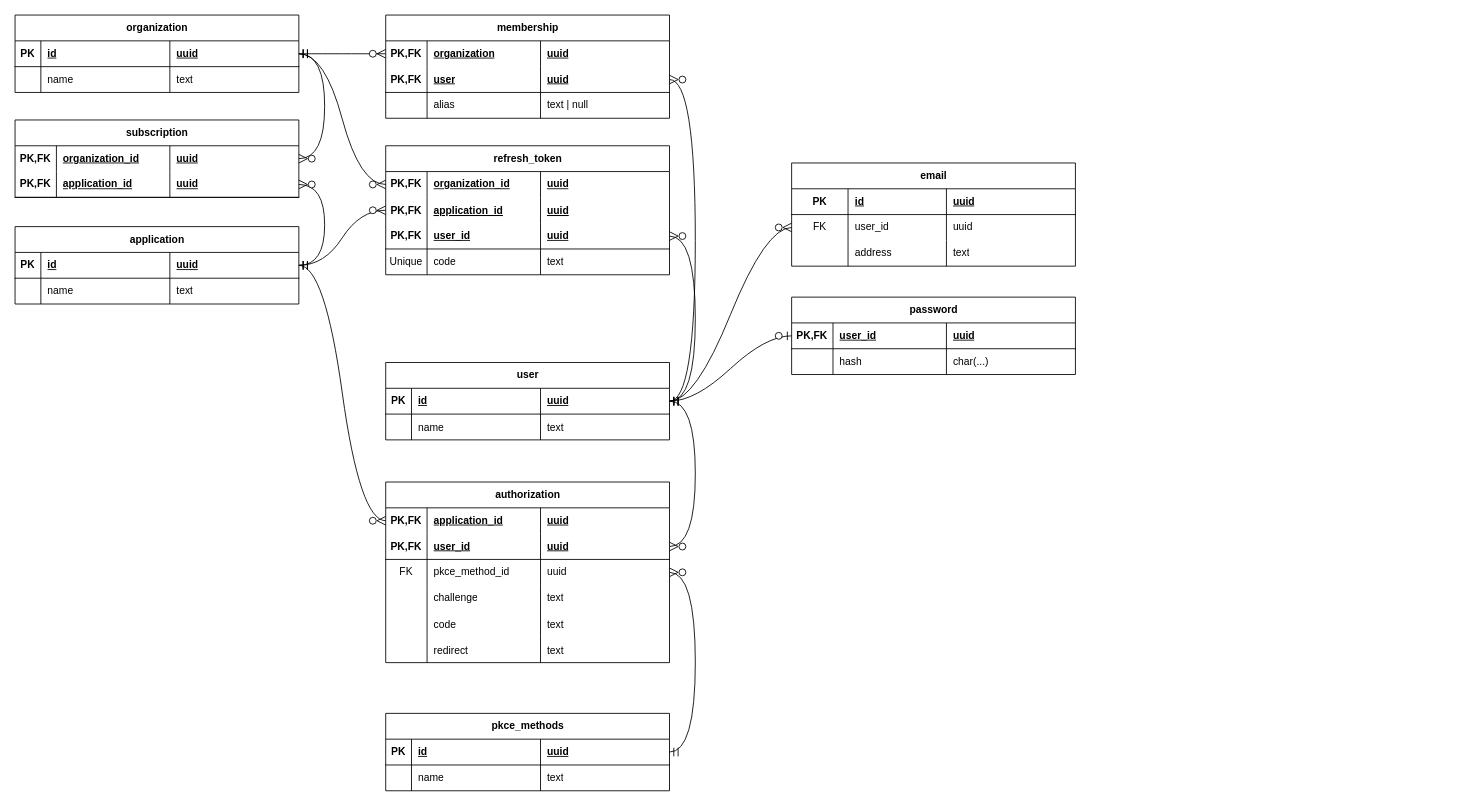
This is page "Schema" (1 of 2) of database.drawio from EliasEriksson/authentic, a draw.io file, before an edit. Source tidied: cells renumbered, new cells numbered last; positions are measured from the earlier drawing's top-left corner, leaving out a move shared by most shapes. Both pictures are drawn from the tidied source at 86%, with x=0, y=0 at pixel (15, 15).
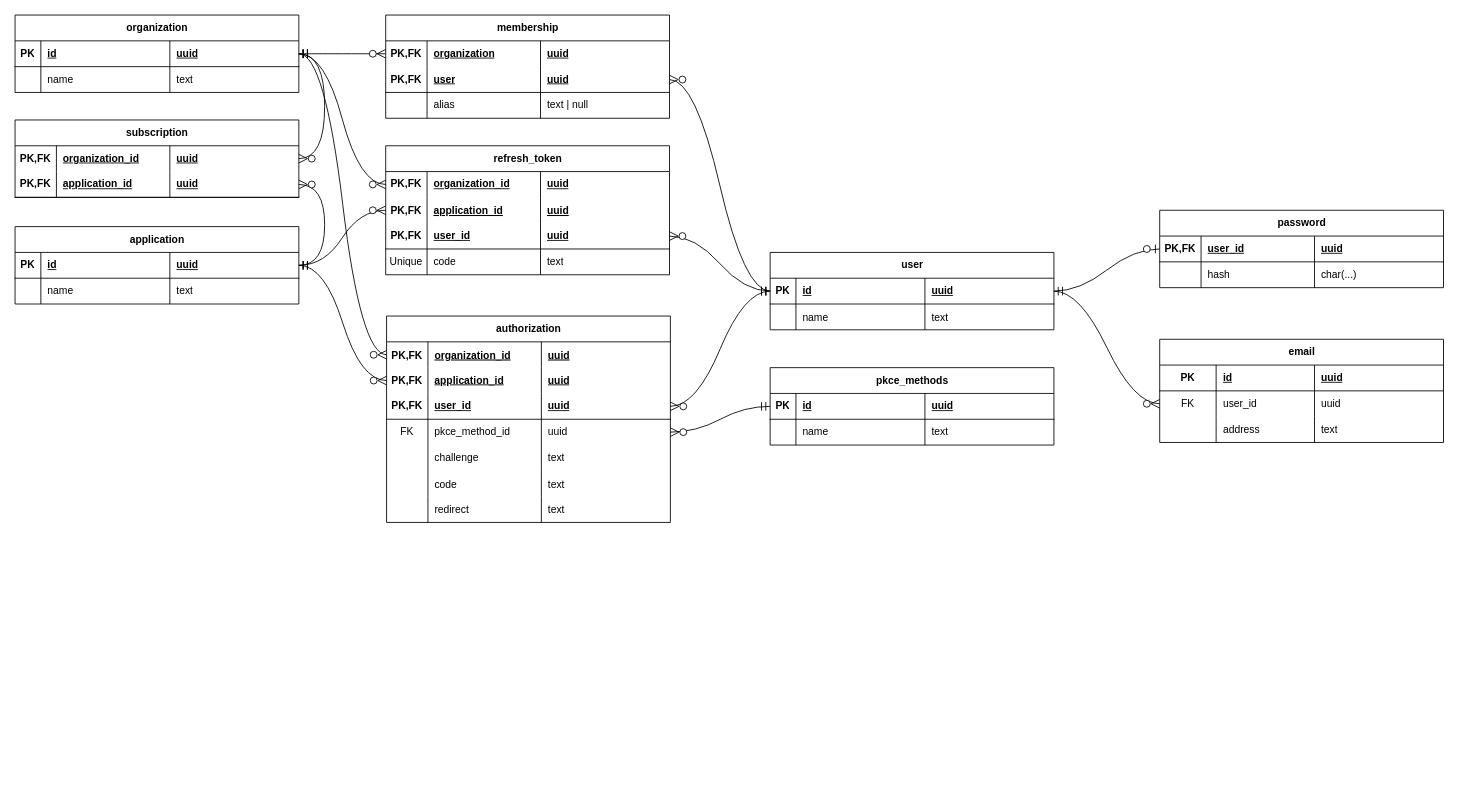
The same diagram, later.

Unchanged cells that the change refers to:
```xml
<mxCell id="28" style="shape=tableRow;horizontal=0;startSize=0;swimlaneHead=0;swimlaneBody=0;fillColor=none;points=[[0,0.5],[1,0.5]];portConstraint=eastwest;top=0;left=0;right=0;bottom=1;" parent="27" vertex="1">
  <mxGeometry y="30" width="330" height="30" as="geometry" />
</mxCell>
```

The edit, as a diff of the source:
```diff
@@
     <mxCell id="4" value="user" style="shape=table;startSize=30;childLayout=tableLayout;rowLines=0;fontStyle=1;align=center;html=1;" parent="1" vertex="1">
-      <mxGeometry x="431" y="404" width="330" height="90" as="geometry" />
+      <mxGeometry x="878" y="276" width="330" height="90" as="geometry" />
     </mxCell>
@@
     <mxCell id="13" value="email" style="shape=table;startSize=30;childLayout=tableLayout;rowLines=0;fontStyle=1;align=center;html=1;" parent="1" vertex="1">
-      <mxGeometry x="903" y="172" width="330" height="120" as="geometry" />
+      <mxGeometry x="1331" y="377" width="330" height="120" as="geometry" />
     </mxCell>
@@
     <mxCell id="69" value="authorization" style="shape=table;startSize=30;childLayout=tableLayout;rowLines=0;fontStyle=1;align=center;html=1;" parent="1" vertex="1">
-      <mxGeometry x="431" y="543" width="330" height="210" as="geometry" />
+      <mxGeometry x="432" y="350" width="330" height="240" as="geometry" />
     </mxCell>
+    <mxCell id="136" style="shape=tableRow;horizontal=0;startSize=0;swimlaneHead=0;swimlaneBody=0;fillColor=none;points=[[0,0.5],[1,0.5]];portConstraint=eastwest;top=0;left=0;right=0;bottom=0;fontFamily=Helvetica;fontSize=12;fontColor=default;labelBackgroundColor=default;" parent="69" vertex="1">
+      <mxGeometry y="30" width="330" height="30" as="geometry" />
+    </mxCell>
+    <mxCell id="137" value="PK,FK" style="shape=partialRectangle;fillColor=none;top=0;left=0;bottom=0;right=0;overflow=hidden;fontFamily=Helvetica;fontSize=12;fontColor=default;labelBackgroundColor=default;fontStyle=1;" parent="136" vertex="1">
+      <mxGeometry width="48.1" height="30" as="geometry" />
+    </mxCell>
+    <mxCell id="138" value="organization_id" style="shape=partialRectangle;fillColor=none;top=0;left=0;bottom=0;right=0;align=left;spacingLeft=6;overflow=hidden;fontFamily=Helvetica;fontSize=12;fontColor=default;labelBackgroundColor=default;fontStyle=5;" parent="136" vertex="1">
+      <mxGeometry x="48.1" width="131.9" height="30" as="geometry" />
+    </mxCell>
+    <mxCell id="139" value="uuid" style="shape=partialRectangle;fillColor=none;top=0;left=0;bottom=0;right=0;align=left;spacingLeft=6;overflow=hidden;fontFamily=Helvetica;fontSize=12;fontColor=default;labelBackgroundColor=default;fontStyle=5;" parent="136" vertex="1">
+      <mxGeometry x="180" width="150" height="30" as="geometry" />
+    </mxCell>
     <mxCell id="70" style="shape=tableRow;horizontal=0;startSize=0;swimlaneHead=0;swimlaneBody=0;fillColor=none;points=[[0,0.5],[1,0.5]];portConstraint=eastwest;top=0;left=0;right=0;bottom=0;fontFamily=Helvetica;fontSize=12;fontColor=default;labelBackgroundColor=default;" parent="69" vertex="1">
-      <mxGeometry y="30" width="330" height="30" as="geometry" />
+      <mxGeometry y="60" width="330" height="30" as="geometry" />
     </mxCell>
@@
     <mxCell id="74" style="shape=tableRow;horizontal=0;startSize=0;swimlaneHead=0;swimlaneBody=0;fillColor=none;points=[[0,0.5],[1,0.5]];portConstraint=eastwest;top=0;left=0;right=0;bottom=1;" parent="69" vertex="1">
-      <mxGeometry y="60" width="330" height="30" as="geometry" />
+      <mxGeometry y="90" width="330" height="30" as="geometry" />
     </mxCell>
@@
     <mxCell id="78" style="shape=tableRow;horizontal=0;startSize=0;swimlaneHead=0;swimlaneBody=0;fillColor=none;points=[[0,0.5],[1,0.5]];portConstraint=eastwest;top=0;left=0;right=0;bottom=0;" parent="69" vertex="1">
-      <mxGeometry y="90" width="330" height="30" as="geometry" />
+      <mxGeometry y="120" width="330" height="30" as="geometry" />
     </mxCell>
@@
     <mxCell id="82" style="shape=tableRow;horizontal=0;startSize=0;swimlaneHead=0;swimlaneBody=0;fillColor=none;top=0;left=0;right=0;bottom=0;" parent="69" vertex="1">
-      <mxGeometry y="120" width="330" height="30" as="geometry" />
+      <mxGeometry y="150" width="330" height="30" as="geometry" />
     </mxCell>
@@
     <mxCell id="86" style="shape=tableRow;horizontal=0;startSize=0;swimlaneHead=0;swimlaneBody=0;fillColor=none;top=0;left=0;right=0;bottom=0;fontFamily=Helvetica;fontSize=12;fontColor=default;labelBackgroundColor=default;" parent="69" vertex="1">
-      <mxGeometry y="150" width="330" height="30" as="geometry" />
+      <mxGeometry y="180" width="330" height="30" as="geometry" />
     </mxCell>
@@
     <mxCell id="90" style="shape=tableRow;horizontal=0;startSize=0;swimlaneHead=0;swimlaneBody=0;fillColor=none;top=0;left=0;right=0;bottom=0;fontFamily=Helvetica;fontSize=12;fontColor=default;labelBackgroundColor=default;" parent="69" vertex="1">
-      <mxGeometry y="180" width="330" height="30" as="geometry" />
+      <mxGeometry y="210" width="330" height="30" as="geometry" />
     </mxCell>
@@
     <mxCell id="94" value="&lt;div&gt;pkce_methods&lt;/div&gt;" style="shape=table;startSize=30;childLayout=tableLayout;rowLines=0;fontStyle=1;align=center;html=1;" parent="1" vertex="1">
-      <mxGeometry x="431" y="812" width="330" height="90" as="geometry" />
+      <mxGeometry x="878" y="410" width="330" height="90" as="geometry" />
     </mxCell>
@@
     <mxCell id="107" value="password" style="shape=table;startSize=30;childLayout=tableLayout;rowLines=0;fontStyle=1;align=center;html=1;" parent="1" vertex="1">
-      <mxGeometry x="903" y="328" width="330" height="90" as="geometry" />
+      <mxGeometry x="1331" y="227" width="330" height="90" as="geometry" />
     </mxCell>
@@
+    <mxCell id="140" style="edgeStyle=entityRelationEdgeStyle;shape=connector;curved=1;rounded=0;jettySize=auto;html=1;strokeColor=default;align=center;verticalAlign=middle;fontFamily=Helvetica;fontSize=12;fontColor=default;labelBackgroundColor=default;startArrow=ERmandOne;startSize=8;endArrow=ERzeroToMany;endSize=8;" parent="1" edge="1" source="28" target="136">
+      <mxGeometry relative="1" as="geometry" />
+    </mxCell>
```
